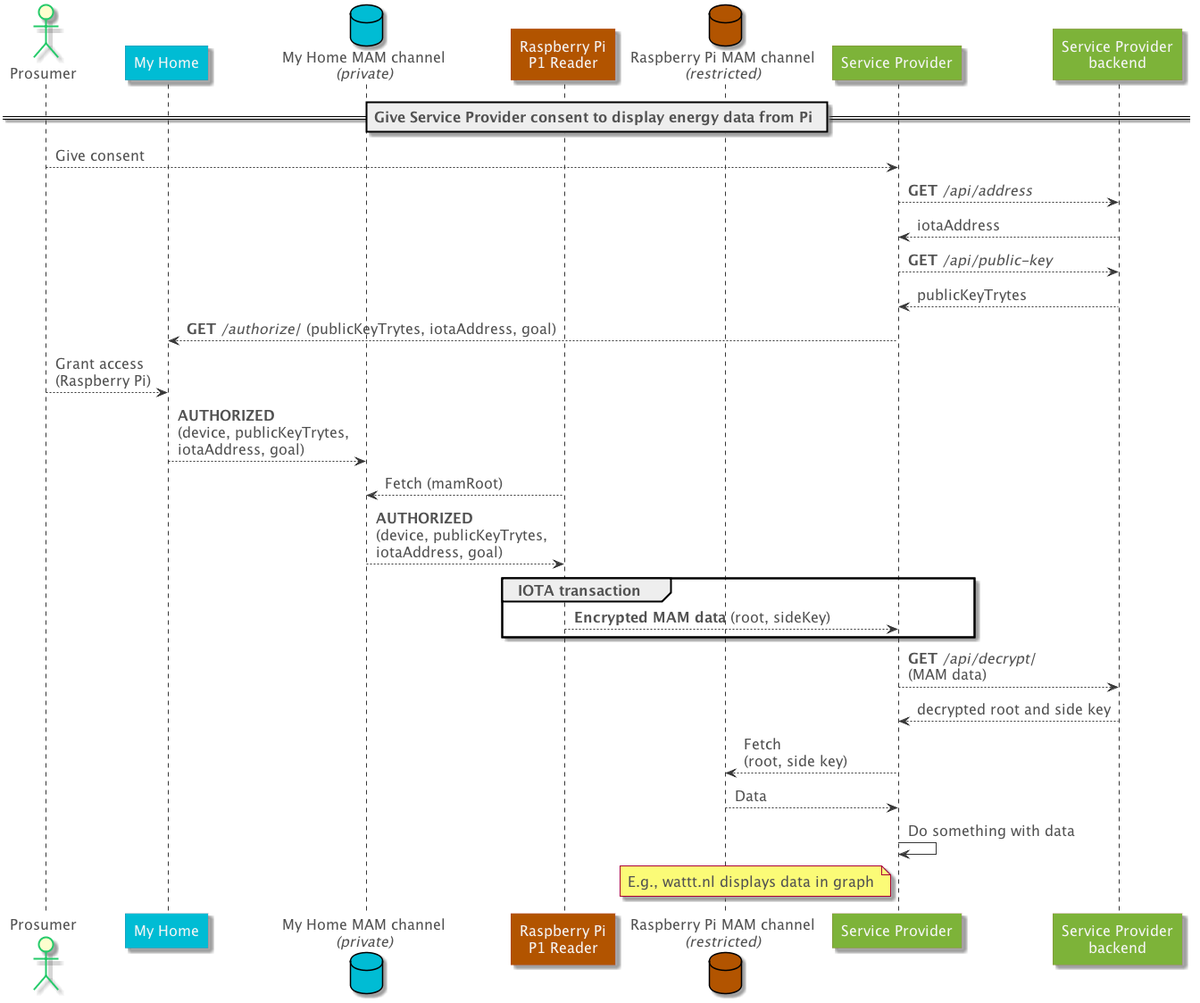
alliander-opensource/decentralized-auth keeps this PlantUML diagram as docs/assets/sequence-diagram-give-consent.png. Above is the earlier version.
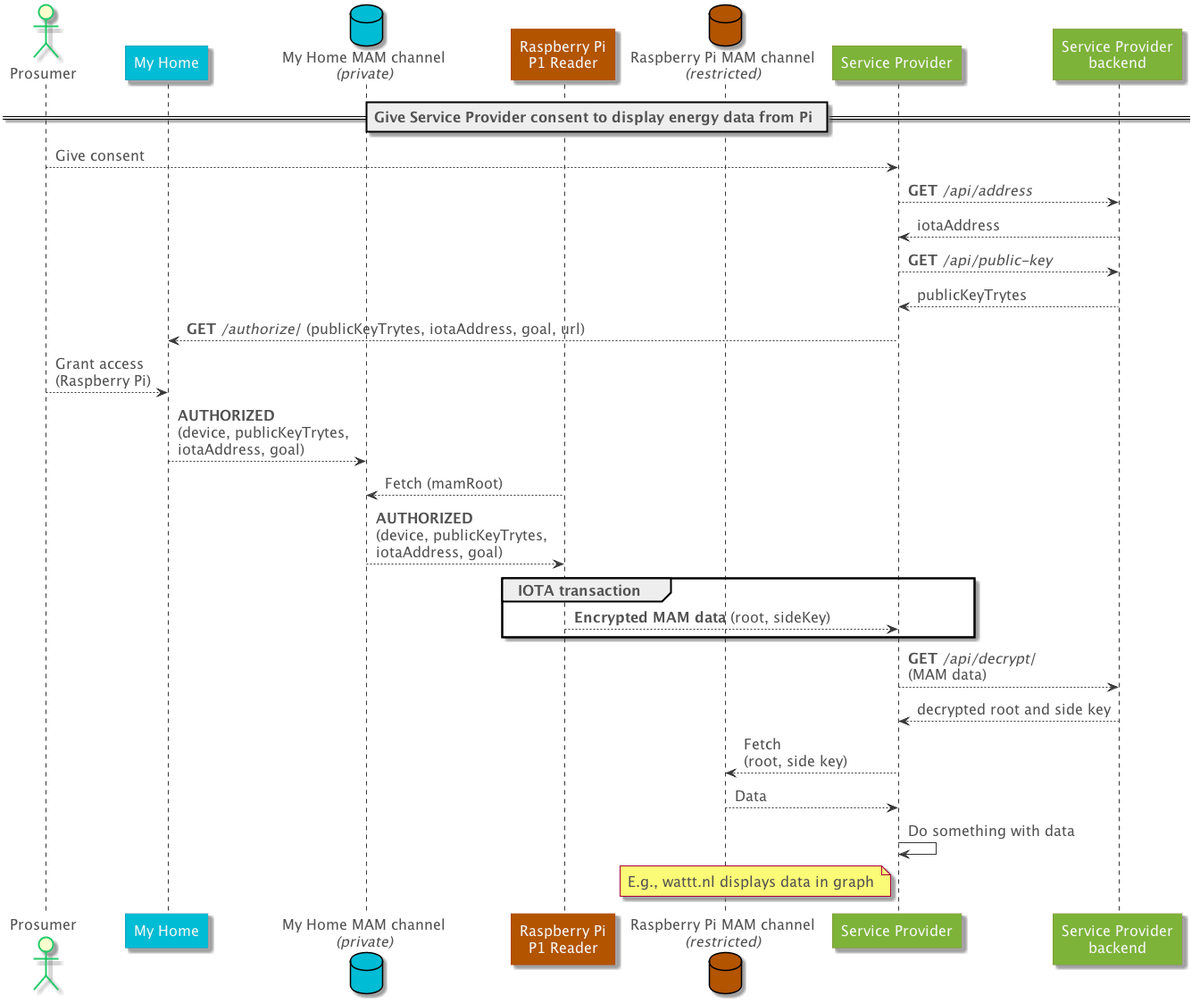
Later version of the same file.

Commit message:
doc: add url to give consent sequence diagram

What changed in the source:
```diff
@@ -33,7 +33,7 @@
 service_provider <-- service_provider_backend : iotaAddress
 service_provider --> service_provider_backend : **GET** ///api/public-key//
 service_provider <-- service_provider_backend : publicKeyTrytes
-my_home <-- service_provider : **GET** ///authorize/// (publicKeyTrytes, iotaAddress, goal)
+my_home <-- service_provider : **GET** ///authorize/// (publicKeyTrytes, iotaAddress, goal, url)
 prosumer --> my_home : Grant access\n(Raspberry Pi)
 my_home --> my_home_mam : **AUTHORIZED** \n(device, publicKeyTrytes,\niotaAddress, goal)
 my_home_mam <-- raspberry_pi : Fetch (mamRoot)
```
